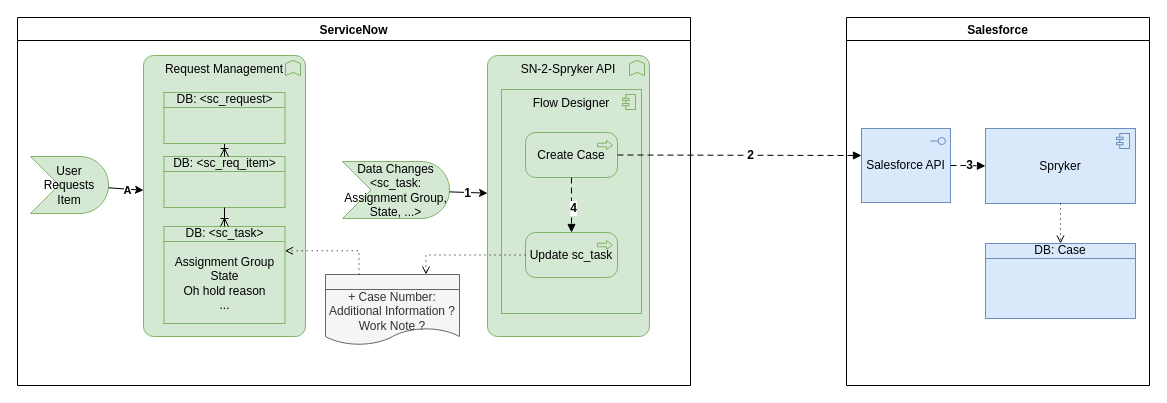
This is page "CreateCase" (1 of 3) of SNowSprykerRequest.drawio from algimas/tmp, a draw.io file, before an edit. Source tidied: cells renumbered, new cells numbered last; positions are measured from the earlier drawing's top-left corner, leaving out a move shared by most shapes. Both pictures are drawn from the tidied source at 100%, with x=0, y=0 at pixel (17, 17).
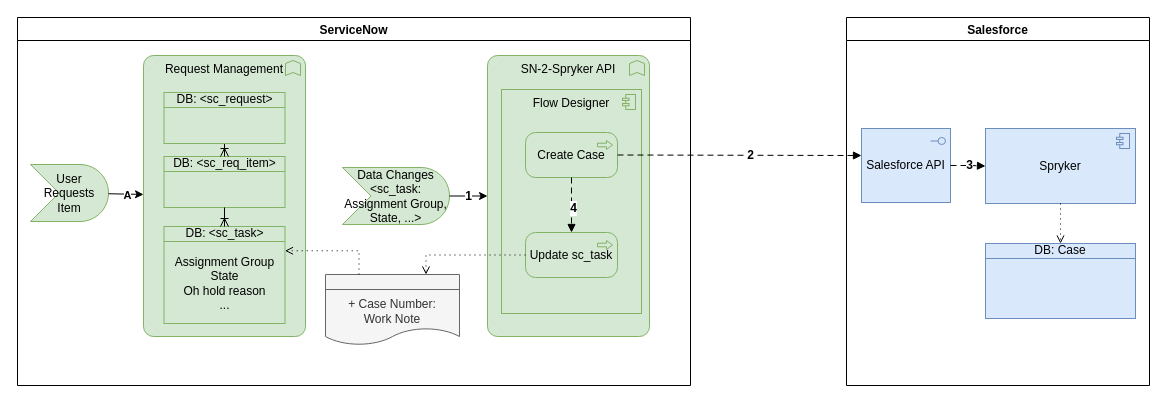
The same page after the edit.

The change refers to these unchanged cells:
```xml
<mxCell id="9" value="ServiceNow" style="swimlane;" parent="1" vertex="1">
  <mxGeometry width="673" height="368" as="geometry" />
</mxCell>
```

What changed in the source:
```diff
@@
-    <mxCell id="10" value="&lt;div&gt;+ Case Number:&lt;/div&gt;&lt;div&gt;Additional Information ?&lt;/div&gt;&lt;div&gt;Work Note ?&lt;br&gt; &lt;/div&gt;" style="html=1;outlineConnect=0;whiteSpace=wrap;fillColor=#f5f5f5;shape=mxgraph.archimate3.representation;fontSize=12;align=center;strokeColor=#666666;fontColor=#333333;" parent="9" vertex="1">
+    <mxCell id="10" value="&lt;div&gt;+ Case Number:&lt;/div&gt;&lt;div&gt;Work Note&lt;br&gt; &lt;/div&gt;" style="html=1;outlineConnect=0;whiteSpace=wrap;fillColor=#f5f5f5;shape=mxgraph.archimate3.representation;fontSize=12;align=center;strokeColor=#666666;fontColor=#333333;" parent="9" vertex="1">
       <mxGeometry x="308" y="257" width="134" height="73" as="geometry" />
     </mxCell>
     <mxCell id="11" value="User Requests Item" style="html=1;outlineConnect=0;whiteSpace=wrap;fillColor=#d5e8d4;shape=mxgraph.archimate3.event;strokeColor=#82b366;" parent="9" vertex="1">
-      <mxGeometry x="13" y="139" width="78" height="57" as="geometry" />
+      <mxGeometry x="13" y="147" width="78" height="57" as="geometry" />
     </mxCell>
@@
     <mxCell id="16" value="Data Changes &amp;lt;sc_task: Assignment Group, State, ...&amp;gt;" style="html=1;outlineConnect=0;whiteSpace=wrap;fillColor=#d5e8d4;shape=mxgraph.archimate3.event;strokeColor=#82b366;" parent="9" vertex="1">
-      <mxGeometry x="325" y="144" width="107" height="57" as="geometry" />
+      <mxGeometry x="325" y="150" width="107" height="57" as="geometry" />
     </mxCell>
```
